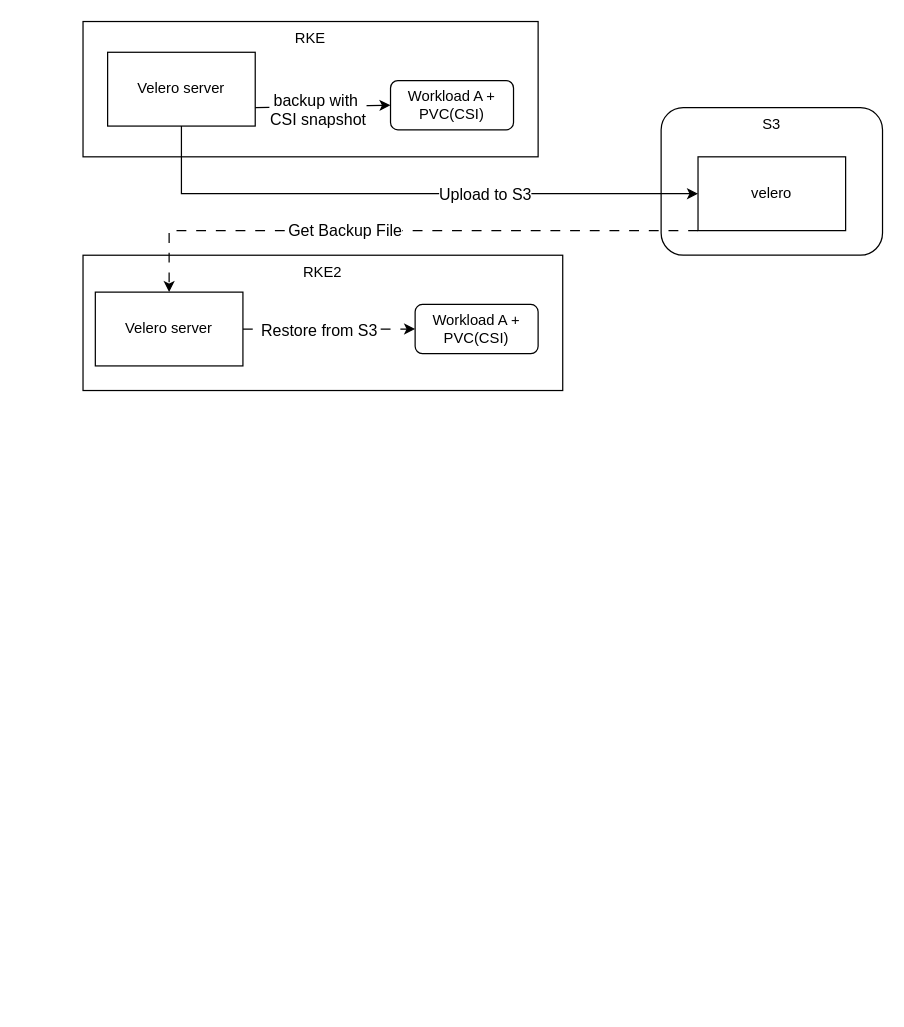
Above: replatform.drawio in JacieChao/jacie-docs (draw.io), before the change. Source tidied: cells renumbered, new cells numbered last; positions are measured from the earlier drawing's top-left corner, leaving out a move shared by most shapes. Both pictures are drawn from the tidied source at 123%, with x=0, y=0 at pixel (82, 21).
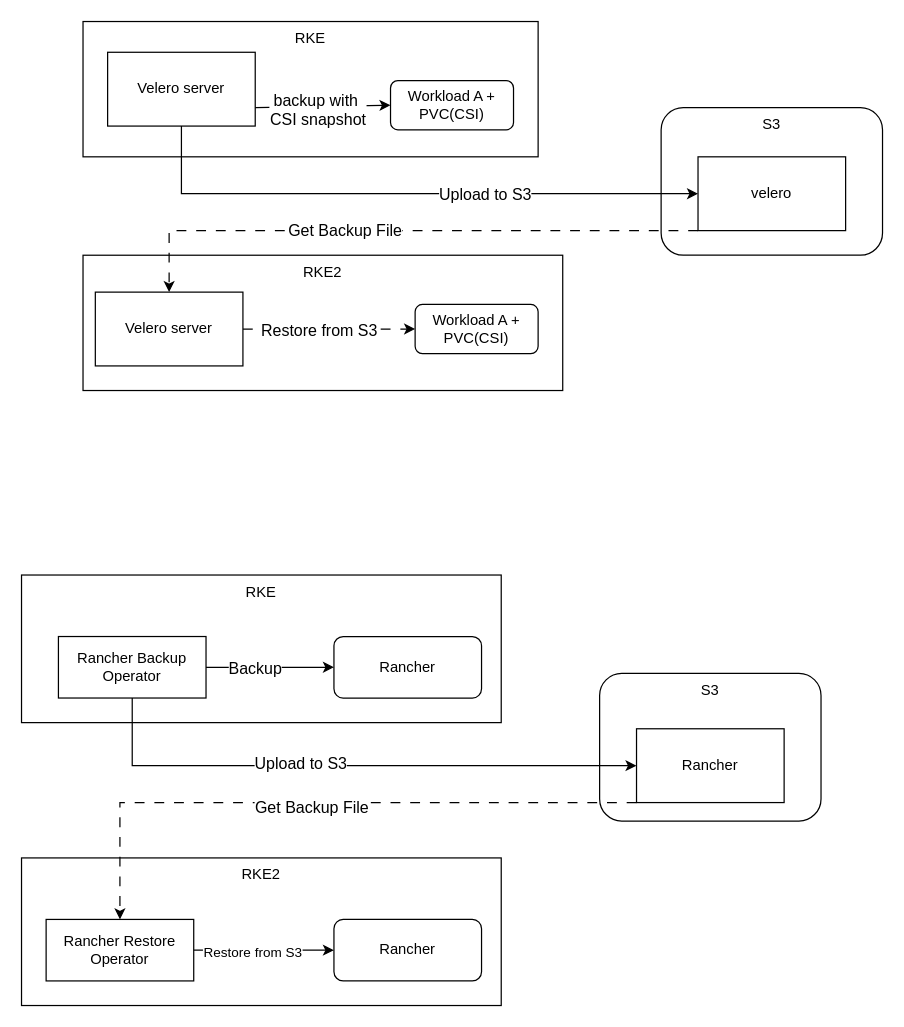
The same page after the edit.

The edit, as a diff of the source:
```diff
@@
+    <mxCell id="18" value="RKE" style="rounded=0;whiteSpace=wrap;html=1;verticalAlign=top;" parent="1" vertex="1">
+      <mxGeometry x="-50" y="450" width="390" height="120" as="geometry" />
+    </mxCell>
+    <mxCell id="19" value="Rancher" style="rounded=1;whiteSpace=wrap;html=1;" parent="1" vertex="1">
+      <mxGeometry x="204" y="500" width="120" height="50" as="geometry" />
+    </mxCell>
+    <mxCell id="20" value="Rancher Backup Operator" style="rounded=0;whiteSpace=wrap;html=1;" parent="1" vertex="1">
+      <mxGeometry x="-20" y="500" width="120" height="50" as="geometry" />
+    </mxCell>
+    <mxCell id="21" value="S3" style="rounded=1;whiteSpace=wrap;html=1;verticalAlign=top;" parent="1" vertex="1">
+      <mxGeometry x="420" y="530" width="180" height="120" as="geometry" />
+    </mxCell>
+    <mxCell id="22" value="Rancher" style="rounded=0;whiteSpace=wrap;html=1;" parent="1" vertex="1">
+      <mxGeometry x="450" y="575" width="120" height="60" as="geometry" />
+    </mxCell>
+    <mxCell id="23" style="endArrow=classic;html=1;rounded=0;exitX=1;exitY=0.5;exitDx=0;exitDy=0;entryX=0;entryY=0.5;entryDx=0;entryDy=0;" parent="1" edge="1" source="20" target="19">
+      <mxGeometry relative="1" as="geometry" />
+    </mxCell>
+    <mxCell id="24" value="Backup" style="edgeLabel;html=1;align=center;verticalAlign=middle;fontSize=13;" parent="23" vertex="1">
+      <mxGeometry x="-0.41" y="3" relative="1" as="geometry">
+        <mxPoint x="8" y="3" as="offset" />
+      </mxGeometry>
+    </mxCell>
+    <mxCell id="25" style="endArrow=classic;html=1;rounded=0;exitX=0.5;exitY=1;exitDx=0;exitDy=0;" parent="1" edge="1" source="20" target="22">
+      <mxGeometry relative="1" as="geometry">
+        <Array as="points">
+          <mxPoint x="40" y="605" />
+        </Array>
+      </mxGeometry>
+    </mxCell>
+    <mxCell id="26" value="Upload to S3" style="edgeLabel;html=1;align=center;verticalAlign=middle;fontSize=13;" parent="25" vertex="1">
+      <mxGeometry x="-0.18" y="3" relative="1" as="geometry" />
+    </mxCell>
+    <mxCell id="27" value="RKE2" style="rounded=0;whiteSpace=wrap;html=1;verticalAlign=top;" parent="1" vertex="1">
+      <mxGeometry x="-50" y="680" width="390" height="120" as="geometry" />
+    </mxCell>
+    <mxCell id="28" value="Rancher Restore Operator" style="rounded=0;whiteSpace=wrap;html=1;" parent="1" vertex="1">
+      <mxGeometry x="-30" y="730" width="120" height="50" as="geometry" />
+    </mxCell>
+    <mxCell id="29" value="Rancher" style="rounded=1;whiteSpace=wrap;html=1;" parent="1" vertex="1">
+      <mxGeometry x="204" y="730" width="120" height="50" as="geometry" />
+    </mxCell>
+    <mxCell id="30" style="endArrow=classic;html=1;rounded=0;exitX=0;exitY=1;exitDx=0;exitDy=0;entryX=0.5;entryY=0;entryDx=0;entryDy=0;dashed=1;dashPattern=8 8;" parent="1" edge="1" source="22" target="28">
+      <mxGeometry relative="1" as="geometry">
+        <Array as="points">
+          <mxPoint x="30" y="635" />
+        </Array>
+      </mxGeometry>
+    </mxCell>
+    <mxCell id="31" value="Get Backup File" style="edgeLabel;html=1;align=center;verticalAlign=middle;fontSize=13;" parent="30" vertex="1">
+      <mxGeometry x="0.03" y="3" relative="1" as="geometry" />
+    </mxCell>
+    <mxCell id="32" style="endArrow=classic;html=1;rounded=0;exitX=1;exitY=0.5;exitDx=0;exitDy=0;entryX=0;entryY=0.5;entryDx=0;entryDy=0;" parent="1" edge="1" source="28" target="29">
+      <mxGeometry relative="1" as="geometry" />
+    </mxCell>
+    <mxCell id="33" value="Restore from S3" style="edgeLabel;html=1;align=center;verticalAlign=middle;" parent="32" vertex="1">
+      <mxGeometry x="-0.35" y="-1" relative="1" as="geometry">
+        <mxPoint x="10" as="offset" />
+      </mxGeometry>
+    </mxCell>
```
